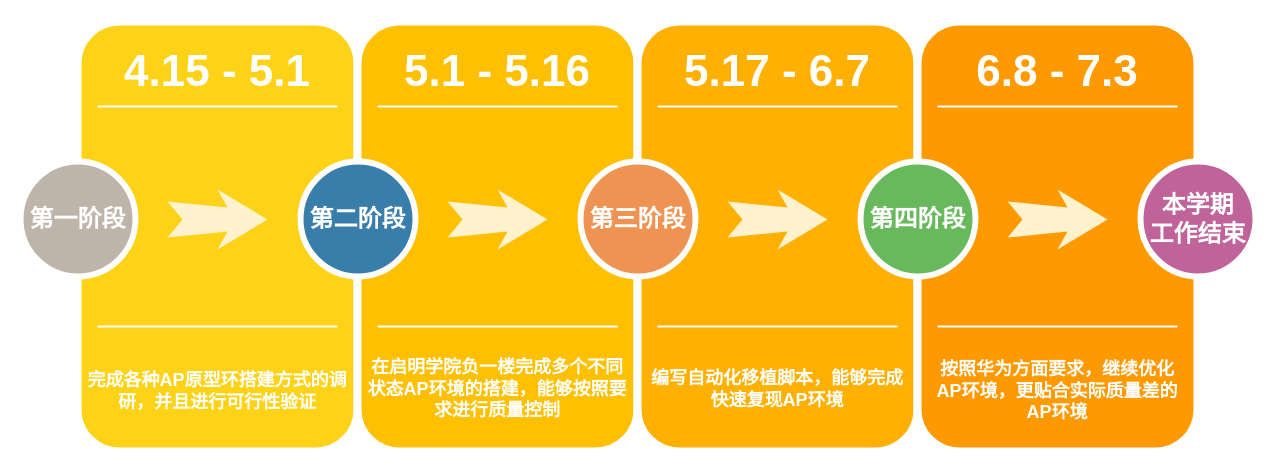
Before: 项目工作时间线.drawio in zeandon/draw.io, a draw.io diagram. Source tidied: cells renumbered, new cells numbered last; positions are measured from the earlier drawing's top-left corner, leaving out a move shared by most shapes. Both pictures are drawn from the tidied source at 100%, with x=0, y=0 at pixel (20, 21).
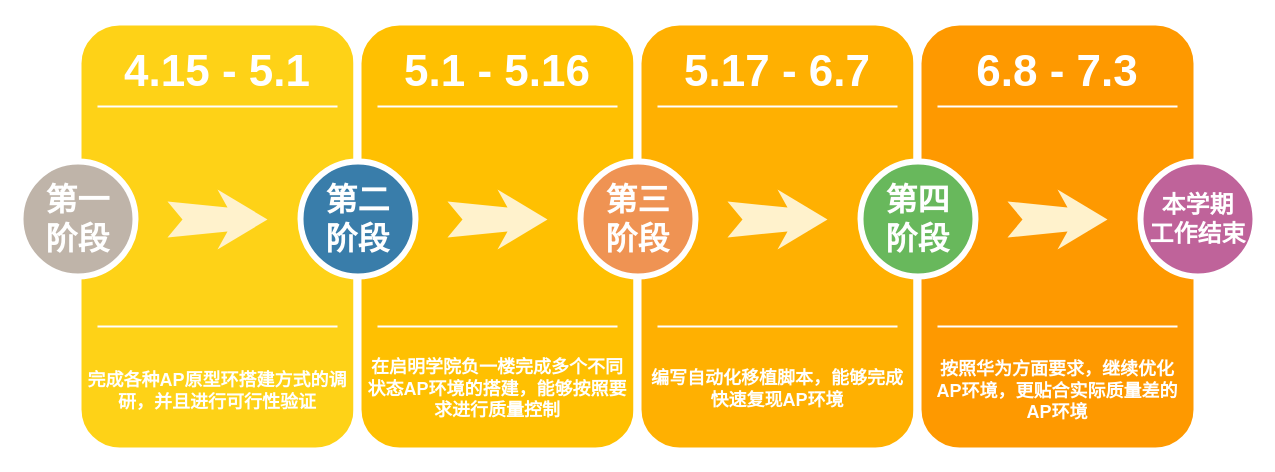
Above is the later version.

Commit message:
更新项目工作时间线.drawio

Diff of the diagram source:
```diff
@@
-    <mxCell id="7" value="第一阶段" style="ellipse;whiteSpace=wrap;html=1;rounded=0;shadow=0;strokeWidth=6;fontSize=24;align=center;fillColor=#BFB4A9;strokeColor=#FFFFFF;fontColor=#FFFFFF;fontStyle=1;" parent="1" vertex="1">
+    <mxCell id="7" value="第一&lt;div&gt;阶段&lt;/div&gt;" style="ellipse;whiteSpace=wrap;html=1;rounded=0;shadow=0;strokeWidth=6;fontSize=32;align=center;fillColor=#BFB4A9;strokeColor=#FFFFFF;fontColor=#FFFFFF;fontStyle=1;" parent="1" vertex="1">
       <mxGeometry y="140" width="115" height="115" as="geometry" />
     </mxCell>
@@
-    <mxCell id="14" value="第二阶段" style="ellipse;whiteSpace=wrap;html=1;rounded=0;shadow=0;strokeWidth=6;fontSize=24;align=center;fillColor=#397DAA;strokeColor=#FFFFFF;fontColor=#FFFFFF;fontStyle=1;" parent="1" vertex="1">
+    <mxCell id="14" value="第二&lt;div&gt;阶段&lt;/div&gt;" style="ellipse;whiteSpace=wrap;html=1;rounded=0;shadow=0;strokeWidth=6;fontSize=32;align=center;fillColor=#397DAA;strokeColor=#FFFFFF;fontColor=#FFFFFF;fontStyle=1;" parent="1" vertex="1">
       <mxGeometry x="280" y="140" width="115" height="115" as="geometry" />
     </mxCell>
@@
-    <mxCell id="21" value="第三阶段" style="ellipse;whiteSpace=wrap;html=1;rounded=0;shadow=0;strokeWidth=6;fontSize=24;align=center;fillColor=#EF9353;strokeColor=#FFFFFF;fontColor=#FFFFFF;fontStyle=1;" parent="1" vertex="1">
+    <mxCell id="21" value="第三&lt;div&gt;阶段&lt;/div&gt;" style="ellipse;whiteSpace=wrap;html=1;rounded=0;shadow=0;strokeWidth=6;fontSize=32;align=center;fillColor=#EF9353;strokeColor=#FFFFFF;fontColor=#FFFFFF;fontStyle=1;" parent="1" vertex="1">
       <mxGeometry x="560" y="140" width="115" height="115" as="geometry" />
     </mxCell>
@@
-    <mxCell id="28" value="第四阶段" style="ellipse;whiteSpace=wrap;html=1;rounded=0;shadow=0;strokeWidth=6;fontSize=24;align=center;fillColor=#68B85C;strokeColor=#FFFFFF;fontColor=#FFFFFF;fontStyle=1;" parent="1" vertex="1">
+    <mxCell id="28" value="第四&lt;div&gt;阶段&lt;/div&gt;" style="ellipse;whiteSpace=wrap;html=1;rounded=0;shadow=0;strokeWidth=6;fontSize=32;align=center;fillColor=#68B85C;strokeColor=#FFFFFF;fontColor=#FFFFFF;fontStyle=1;" parent="1" vertex="1">
       <mxGeometry x="840" y="140" width="115" height="115" as="geometry" />
     </mxCell>
```
